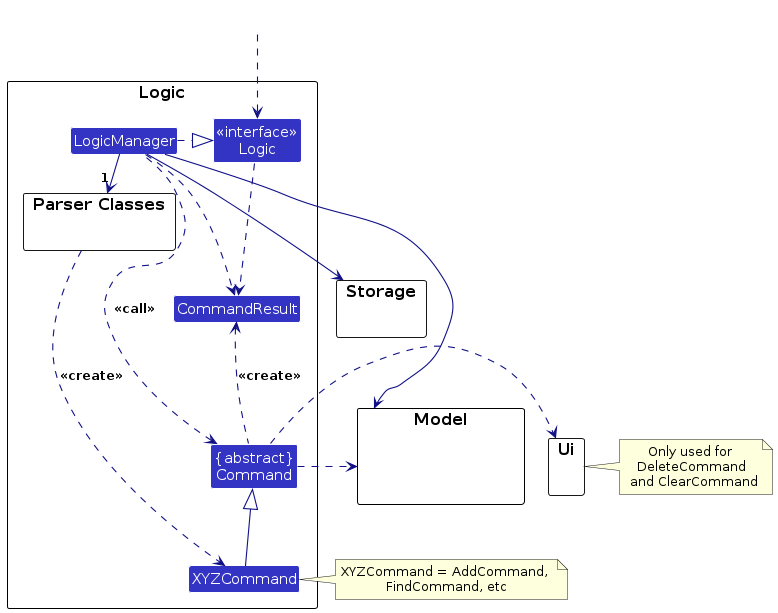
Earlier version of the PlantUML export diagrams/LogicClassDiagram.png (AY2425S1-CS2103T-T10-1/tp). Its source is kept beside it as diagrams/LogicClassDiagram.puml.
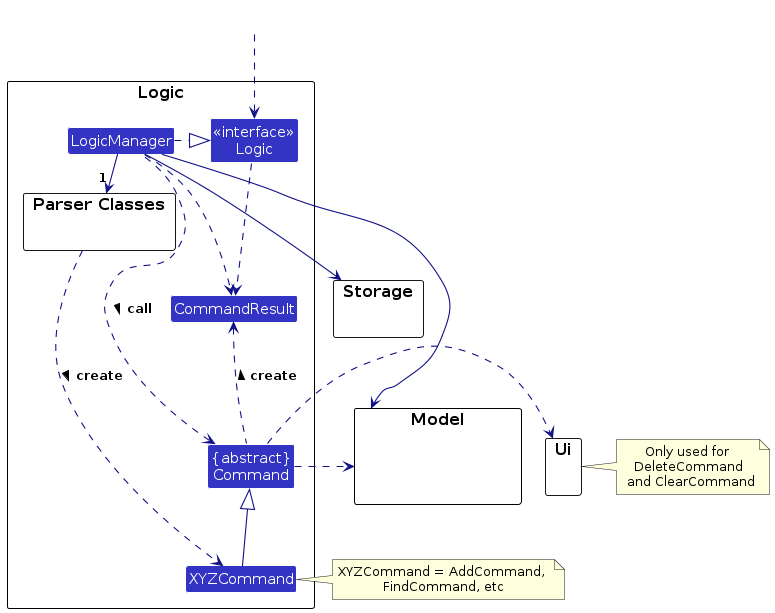
After the commit.

What changed in the source:
```diff
@@ -32,13 +32,13 @@
 
 LogicManager .right.|> Logic
 LogicManager -right->"1" ParserClasses
-ParserClasses ..> XYZCommand : <<create>>
+ParserClasses ..> XYZCommand : create >
 
 XYZCommand -up-|> Command
-LogicManager .left.> Command : <<call>>
+LogicManager .left.> Command :  call >
 
 LogicManager --> Model
-LogicManager --> Storage
+LogicManager -right-> Storage
 Storage --[hidden] Model
 Command .[hidden]up.> Storage
 Command .right.> Model
@@ -48,5 +48,5 @@
 
 Logic ..> CommandResult
 LogicManager .down.> CommandResult
-Command .up.> CommandResult : <<create>>
+Command .up.> CommandResult : create >
 @enduml
```
